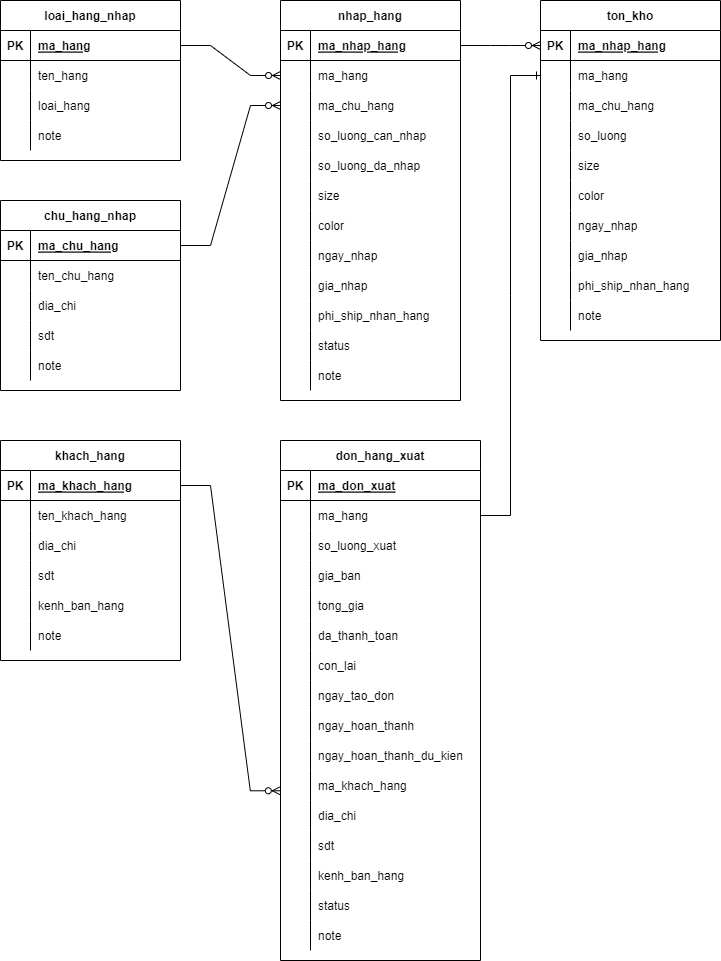
The draw.io diagram Untitled Diagram.drawio.png in thanhlucvip2/diagrams, before a commit. Source tidied: cells renumbered, new cells last; positions are measured from the earlier drawing's top-left corner, leaving out a move shared by most shapes.
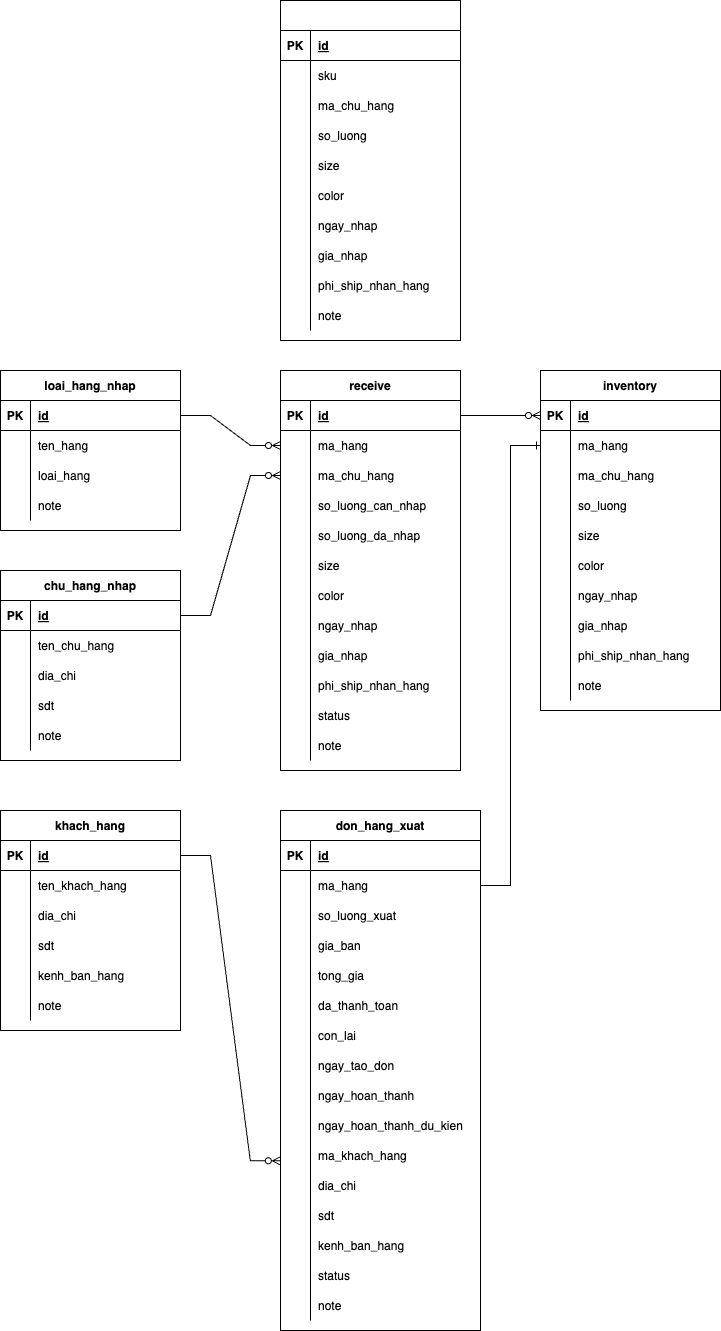
Above is the later version.

Change to the diagram source:
```diff
@@ -11,7 +11,7 @@
     <mxCell id="4" value="PK" style="shape=partialRectangle;fillColor=none;top=0;left=0;bottom=0;right=0;fontStyle=1;overflow=hidden;" parent="3" vertex="1">
       <mxGeometry width="30" height="30" as="geometry" />
     </mxCell>
-    <mxCell id="5" value="ma_hang" style="shape=partialRectangle;fillColor=none;top=0;left=0;bottom=0;right=0;align=left;spacingLeft=6;fontStyle=5;overflow=hidden;" parent="3" vertex="1">
+    <mxCell id="5" value="id" style="shape=partialRectangle;fillColor=none;top=0;left=0;bottom=0;right=0;align=left;spacingLeft=6;fontStyle=5;overflow=hidden;" parent="3" vertex="1">
       <mxGeometry x="30" width="150" height="30" as="geometry" />
     </mxCell>
     <mxCell id="6" style="shape=tableRow;horizontal=0;startSize=0;swimlaneHead=0;swimlaneBody=0;fillColor=none;top=0;left=0;right=0;bottom=0;" parent="2" vertex="1">
@@ -50,7 +50,7 @@
     <mxCell id="17" value="PK" style="shape=partialRectangle;fillColor=none;top=0;left=0;bottom=0;right=0;fontStyle=1;overflow=hidden;" parent="16" vertex="1">
       <mxGeometry width="30" height="30" as="geometry" />
     </mxCell>
-    <mxCell id="18" value="ma_khach_hang" style="shape=partialRectangle;fillColor=none;top=0;left=0;bottom=0;right=0;align=left;spacingLeft=6;fontStyle=5;overflow=hidden;" parent="16" vertex="1">
+    <mxCell id="18" value="id" style="shape=partialRectangle;fillColor=none;top=0;left=0;bottom=0;right=0;align=left;spacingLeft=6;fontStyle=5;overflow=hidden;" parent="16" vertex="1">
       <mxGeometry x="30" width="150" height="30" as="geometry" />
     </mxCell>
     <mxCell id="19" style="shape=tableRow;horizontal=0;startSize=0;swimlaneHead=0;swimlaneBody=0;fillColor=none;top=0;left=0;right=0;bottom=0;" parent="15" vertex="1">
@@ -107,7 +107,7 @@
     <mxCell id="36" value="PK" style="shape=partialRectangle;fillColor=none;top=0;left=0;bottom=0;right=0;fontStyle=1;overflow=hidden;" parent="35" vertex="1">
       <mxGeometry width="30" height="30" as="geometry" />
     </mxCell>
-    <mxCell id="37" value="ma_chu_hang" style="shape=partialRectangle;fillColor=none;top=0;left=0;bottom=0;right=0;align=left;spacingLeft=6;fontStyle=5;overflow=hidden;" parent="35" vertex="1">
+    <mxCell id="37" value="id" style="shape=partialRectangle;fillColor=none;top=0;left=0;bottom=0;right=0;align=left;spacingLeft=6;fontStyle=5;overflow=hidden;" parent="35" vertex="1">
       <mxGeometry x="30" width="150" height="30" as="geometry" />
     </mxCell>
     <mxCell id="38" style="shape=tableRow;horizontal=0;startSize=0;swimlaneHead=0;swimlaneBody=0;fillColor=none;top=0;left=0;right=0;bottom=0;" parent="34" vertex="1">
@@ -146,7 +146,7 @@
     <mxCell id="49" value="note" style="shape=partialRectangle;fillColor=none;top=0;left=0;bottom=0;right=0;align=left;spacingLeft=6;overflow=hidden;" parent="47" vertex="1">
       <mxGeometry x="30" width="150" height="30" as="geometry" />
     </mxCell>
-    <mxCell id="50" value="nhap_hang" style="shape=table;startSize=30;rowLines=0;fontStyle=1;align=center;" parent="1" vertex="1">
+    <mxCell id="50" value="receive" style="shape=table;startSize=30;rowLines=0;fontStyle=1;align=center;" parent="1" vertex="1">
       <mxGeometry x="280" width="180" height="400" as="geometry" />
     </mxCell>
     <mxCell id="51" style="shape=tableRow;horizontal=0;startSize=0;swimlaneHead=0;swimlaneBody=0;fillColor=none;points=[[0,0.5],[1,0.5]];portConstraint=eastwest;top=0;left=0;right=0;bottom=1;" parent="50" vertex="1">
@@ -155,7 +155,7 @@
     <mxCell id="52" value="PK" style="shape=partialRectangle;fillColor=none;top=0;left=0;bottom=0;right=0;fontStyle=1;overflow=hidden;" parent="51" vertex="1">
       <mxGeometry width="30" height="30" as="geometry" />
     </mxCell>
-    <mxCell id="53" value="ma_nhap_hang" style="shape=partialRectangle;fillColor=none;top=0;left=0;bottom=0;right=0;align=left;spacingLeft=6;fontStyle=5;overflow=hidden;" parent="51" vertex="1">
+    <mxCell id="53" value="id" style="shape=partialRectangle;fillColor=none;top=0;left=0;bottom=0;right=0;align=left;spacingLeft=6;fontStyle=5;overflow=hidden;" parent="51" vertex="1">
       <mxGeometry x="30" width="150" height="30" as="geometry" />
     </mxCell>
     <mxCell id="54" style="shape=tableRow;horizontal=0;startSize=0;swimlaneHead=0;swimlaneBody=0;fillColor=none;points=[[0,0.5],[1,0.5]];portConstraint=eastwest;top=0;left=0;right=0;bottom=0;" parent="50" vertex="1">
@@ -263,7 +263,7 @@
     <mxCell id="88" style="edgeStyle=entityRelationEdgeStyle;fontSize=12;html=1;endArrow=ERzeroToMany;endFill=1;rounded=0;exitX=1;exitY=0.5;exitDx=0;exitDy=0;entryX=0;entryY=0.5;entryDx=0;entryDy=0;" parent="1" edge="1" source="35" target="57">
       <mxGeometry relative="1" as="geometry" />
     </mxCell>
-    <mxCell id="89" value="ton_kho" style="shape=table;startSize=30;rowLines=0;fontStyle=1;align=center;" parent="1" vertex="1">
+    <mxCell id="89" value="inventory" style="shape=table;startSize=30;rowLines=0;fontStyle=1;align=center;" parent="1" vertex="1">
       <mxGeometry x="540" width="180" height="340" as="geometry" />
     </mxCell>
     <mxCell id="90" style="shape=tableRow;horizontal=0;startSize=0;swimlaneHead=0;swimlaneBody=0;fillColor=none;points=[[0,0.5],[1,0.5]];portConstraint=eastwest;top=0;left=0;right=0;bottom=1;" parent="89" vertex="1">
@@ -272,7 +272,7 @@
     <mxCell id="91" value="PK" style="shape=partialRectangle;fillColor=none;top=0;left=0;bottom=0;right=0;fontStyle=1;overflow=hidden;" parent="90" vertex="1">
       <mxGeometry width="30" height="30" as="geometry" />
     </mxCell>
-    <mxCell id="92" value="ma_nhap_hang" style="shape=partialRectangle;fillColor=none;top=0;left=0;bottom=0;right=0;align=left;spacingLeft=6;fontStyle=5;overflow=hidden;" parent="90" vertex="1">
+    <mxCell id="92" value="id" style="shape=partialRectangle;fillColor=none;top=0;left=0;bottom=0;right=0;align=left;spacingLeft=6;fontStyle=5;overflow=hidden;" parent="90" vertex="1">
       <mxGeometry x="30" width="150" height="30" as="geometry" />
     </mxCell>
     <mxCell id="93" style="shape=tableRow;horizontal=0;startSize=0;swimlaneHead=0;swimlaneBody=0;fillColor=none;points=[[0,0.5],[1,0.5]];portConstraint=eastwest;top=0;left=0;right=0;bottom=0;" parent="89" vertex="1">
@@ -368,7 +368,7 @@
     <mxCell id="123" value="PK" style="shape=partialRectangle;fillColor=none;top=0;left=0;bottom=0;right=0;fontStyle=1;overflow=hidden;" parent="122" vertex="1">
       <mxGeometry width="30" height="30" as="geometry" />
     </mxCell>
-    <mxCell id="124" value="ma_don_xuat" style="shape=partialRectangle;fillColor=none;top=0;left=0;bottom=0;right=0;align=left;spacingLeft=6;fontStyle=5;overflow=hidden;" parent="122" vertex="1">
+    <mxCell id="124" value="id" style="shape=partialRectangle;fillColor=none;top=0;left=0;bottom=0;right=0;align=left;spacingLeft=6;fontStyle=5;overflow=hidden;" parent="122" vertex="1">
       <mxGeometry x="30" width="170" height="30" as="geometry" />
     </mxCell>
     <mxCell id="125" style="shape=tableRow;horizontal=0;startSize=0;swimlaneHead=0;swimlaneBody=0;fillColor=none;points=[[0,0.5],[1,0.5]];portConstraint=eastwest;top=0;left=0;right=0;bottom=0;" parent="121" vertex="1">
@@ -512,5 +512,98 @@
     <mxCell id="171" style="edgeStyle=entityRelationEdgeStyle;fontSize=12;html=1;endArrow=ERone;endFill=1;rounded=0;exitX=1;exitY=0.5;exitDx=0;exitDy=0;" parent="1" edge="1" source="125" target="93">
       <mxGeometry relative="1" as="geometry" />
     </mxCell>
+    <mxCell id="172" style="shape=table;startSize=30;rowLines=0;fontStyle=1;align=center;" parent="1" vertex="1">
+      <mxGeometry x="280" y="-370" width="180" height="340" as="geometry" />
+    </mxCell>
+    <mxCell id="173" style="shape=tableRow;horizontal=0;startSize=0;swimlaneHead=0;swimlaneBody=0;fillColor=none;top=0;left=0;right=0;bottom=1;" parent="172" vertex="1">
+      <mxGeometry y="30" width="180" height="30" as="geometry" />
+    </mxCell>
+    <mxCell id="174" value="PK" style="shape=partialRectangle;fillColor=none;top=0;left=0;bottom=0;right=0;fontStyle=1;overflow=hidden;" parent="173" vertex="1">
+      <mxGeometry width="30" height="30" as="geometry" />
+    </mxCell>
+    <mxCell id="175" value="id" style="shape=partialRectangle;fillColor=none;top=0;left=0;bottom=0;right=0;align=left;spacingLeft=6;fontStyle=5;overflow=hidden;" parent="173" vertex="1">
+      <mxGeometry x="30" width="150" height="30" as="geometry" />
+    </mxCell>
+    <mxCell id="176" style="shape=tableRow;horizontal=0;startSize=0;swimlaneHead=0;swimlaneBody=0;fillColor=none;top=0;left=0;right=0;bottom=0;" parent="172" vertex="1">
+      <mxGeometry y="60" width="180" height="30" as="geometry" />
+    </mxCell>
+    <mxCell id="177" style="shape=partialRectangle;fillColor=none;top=0;left=0;bottom=0;right=0;overflow=hidden;" parent="176" vertex="1">
+      <mxGeometry width="30" height="30" as="geometry" />
+    </mxCell>
+    <mxCell id="178" value="sku" style="shape=partialRectangle;fillColor=none;top=0;left=0;bottom=0;right=0;align=left;spacingLeft=6;overflow=hidden;" parent="176" vertex="1">
+      <mxGeometry x="30" width="150" height="30" as="geometry" />
+    </mxCell>
+    <mxCell id="179" style="shape=tableRow;horizontal=0;startSize=0;swimlaneHead=0;swimlaneBody=0;fillColor=none;top=0;left=0;right=0;bottom=0;" parent="172" vertex="1">
+      <mxGeometry y="90" width="180" height="30" as="geometry" />
+    </mxCell>
+    <mxCell id="180" style="shape=partialRectangle;fillColor=none;top=0;left=0;bottom=0;right=0;overflow=hidden;" parent="179" vertex="1">
+      <mxGeometry width="30" height="30" as="geometry" />
+    </mxCell>
+    <mxCell id="181" value="ma_chu_hang" style="shape=partialRectangle;fillColor=none;top=0;left=0;bottom=0;right=0;align=left;spacingLeft=6;overflow=hidden;" parent="179" vertex="1">
+      <mxGeometry x="30" width="150" height="30" as="geometry" />
+    </mxCell>
+    <mxCell id="182" style="shape=tableRow;horizontal=0;startSize=0;swimlaneHead=0;swimlaneBody=0;fillColor=none;top=0;left=0;right=0;bottom=0;" parent="172" vertex="1">
+      <mxGeometry y="120" width="180" height="30" as="geometry" />
+    </mxCell>
+    <mxCell id="183" style="shape=partialRectangle;fillColor=none;top=0;left=0;bottom=0;right=0;overflow=hidden;" parent="182" vertex="1">
+      <mxGeometry width="30" height="30" as="geometry" />
+    </mxCell>
+    <mxCell id="184" value="so_luong" style="shape=partialRectangle;fillColor=none;top=0;left=0;bottom=0;right=0;align=left;spacingLeft=6;overflow=hidden;" parent="182" vertex="1">
+      <mxGeometry x="30" width="150" height="30" as="geometry" />
+    </mxCell>
+    <mxCell id="185" style="shape=tableRow;horizontal=0;startSize=0;swimlaneHead=0;swimlaneBody=0;fillColor=none;top=0;left=0;right=0;bottom=0;" parent="172" vertex="1">
+      <mxGeometry y="150" width="180" height="30" as="geometry" />
+    </mxCell>
+    <mxCell id="186" style="shape=partialRectangle;fillColor=none;top=0;left=0;bottom=0;right=0;overflow=hidden;" parent="185" vertex="1">
+      <mxGeometry width="30" height="30" as="geometry" />
+    </mxCell>
+    <mxCell id="187" value="size" style="shape=partialRectangle;fillColor=none;top=0;left=0;bottom=0;right=0;align=left;spacingLeft=6;overflow=hidden;" parent="185" vertex="1">
+      <mxGeometry x="30" width="150" height="30" as="geometry" />
+    </mxCell>
+    <mxCell id="188" style="shape=tableRow;horizontal=0;startSize=0;swimlaneHead=0;swimlaneBody=0;fillColor=none;top=0;left=0;right=0;bottom=0;" parent="172" vertex="1">
+      <mxGeometry y="180" width="180" height="30" as="geometry" />
+    </mxCell>
+    <mxCell id="189" style="shape=partialRectangle;fillColor=none;top=0;left=0;bottom=0;right=0;overflow=hidden;" parent="188" vertex="1">
+      <mxGeometry width="30" height="30" as="geometry" />
+    </mxCell>
+    <mxCell id="190" value="color" style="shape=partialRectangle;fillColor=none;top=0;left=0;bottom=0;right=0;align=left;spacingLeft=6;overflow=hidden;" parent="188" vertex="1">
+      <mxGeometry x="30" width="150" height="30" as="geometry" />
+    </mxCell>
+    <mxCell id="191" style="shape=tableRow;horizontal=0;startSize=0;swimlaneHead=0;swimlaneBody=0;fillColor=none;top=0;left=0;right=0;bottom=0;" parent="172" vertex="1">
+      <mxGeometry y="210" width="180" height="30" as="geometry" />
+    </mxCell>
+    <mxCell id="192" style="shape=partialRectangle;fillColor=none;top=0;left=0;bottom=0;right=0;overflow=hidden;" parent="191" vertex="1">
+      <mxGeometry width="30" height="30" as="geometry" />
+    </mxCell>
+    <mxCell id="193" value="ngay_nhap" style="shape=partialRectangle;fillColor=none;top=0;left=0;bottom=0;right=0;align=left;spacingLeft=6;overflow=hidden;" parent="191" vertex="1">
+      <mxGeometry x="30" width="150" height="30" as="geometry" />
+    </mxCell>
+    <mxCell id="194" style="shape=tableRow;horizontal=0;startSize=0;swimlaneHead=0;swimlaneBody=0;fillColor=none;top=0;left=0;right=0;bottom=0;" parent="172" vertex="1">
+      <mxGeometry y="240" width="180" height="30" as="geometry" />
+    </mxCell>
+    <mxCell id="195" style="shape=partialRectangle;fillColor=none;top=0;left=0;bottom=0;right=0;overflow=hidden;" parent="194" vertex="1">
+      <mxGeometry width="30" height="30" as="geometry" />
+    </mxCell>
+    <mxCell id="196" value="gia_nhap" style="shape=partialRectangle;fillColor=none;top=0;left=0;bottom=0;right=0;align=left;spacingLeft=6;overflow=hidden;" parent="194" vertex="1">
+      <mxGeometry x="30" width="150" height="30" as="geometry" />
+    </mxCell>
+    <mxCell id="197" style="shape=tableRow;horizontal=0;startSize=0;swimlaneHead=0;swimlaneBody=0;fillColor=none;top=0;left=0;right=0;bottom=0;" parent="172" vertex="1">
+      <mxGeometry y="270" width="180" height="30" as="geometry" />
+    </mxCell>
+    <mxCell id="198" style="shape=partialRectangle;fillColor=none;top=0;left=0;bottom=0;right=0;overflow=hidden;" parent="197" vertex="1">
+      <mxGeometry width="30" height="30" as="geometry" />
+    </mxCell>
+    <mxCell id="199" value="phi_ship_nhan_hang" style="shape=partialRectangle;fillColor=none;top=0;left=0;bottom=0;right=0;align=left;spacingLeft=6;overflow=hidden;" parent="197" vertex="1">
+      <mxGeometry x="30" width="150" height="30" as="geometry" />
+    </mxCell>
+    <mxCell id="200" style="shape=tableRow;horizontal=0;startSize=0;swimlaneHead=0;swimlaneBody=0;fillColor=none;top=0;left=0;right=0;bottom=0;" parent="172" vertex="1">
+      <mxGeometry y="300" width="180" height="30" as="geometry" />
+    </mxCell>
+    <mxCell id="201" style="shape=partialRectangle;fillColor=none;top=0;left=0;bottom=0;right=0;overflow=hidden;" parent="200" vertex="1">
+      <mxGeometry width="30" height="30" as="geometry" />
+    </mxCell>
+    <mxCell id="202" value="note" style="shape=partialRectangle;fillColor=none;top=0;left=0;bottom=0;right=0;align=left;spacingLeft=6;overflow=hidden;" parent="200" vertex="1">
+      <mxGeometry x="30" width="150" height="30" as="geometry" />
+    </mxCell>
   </root>
 </mxGraphModel>
```
